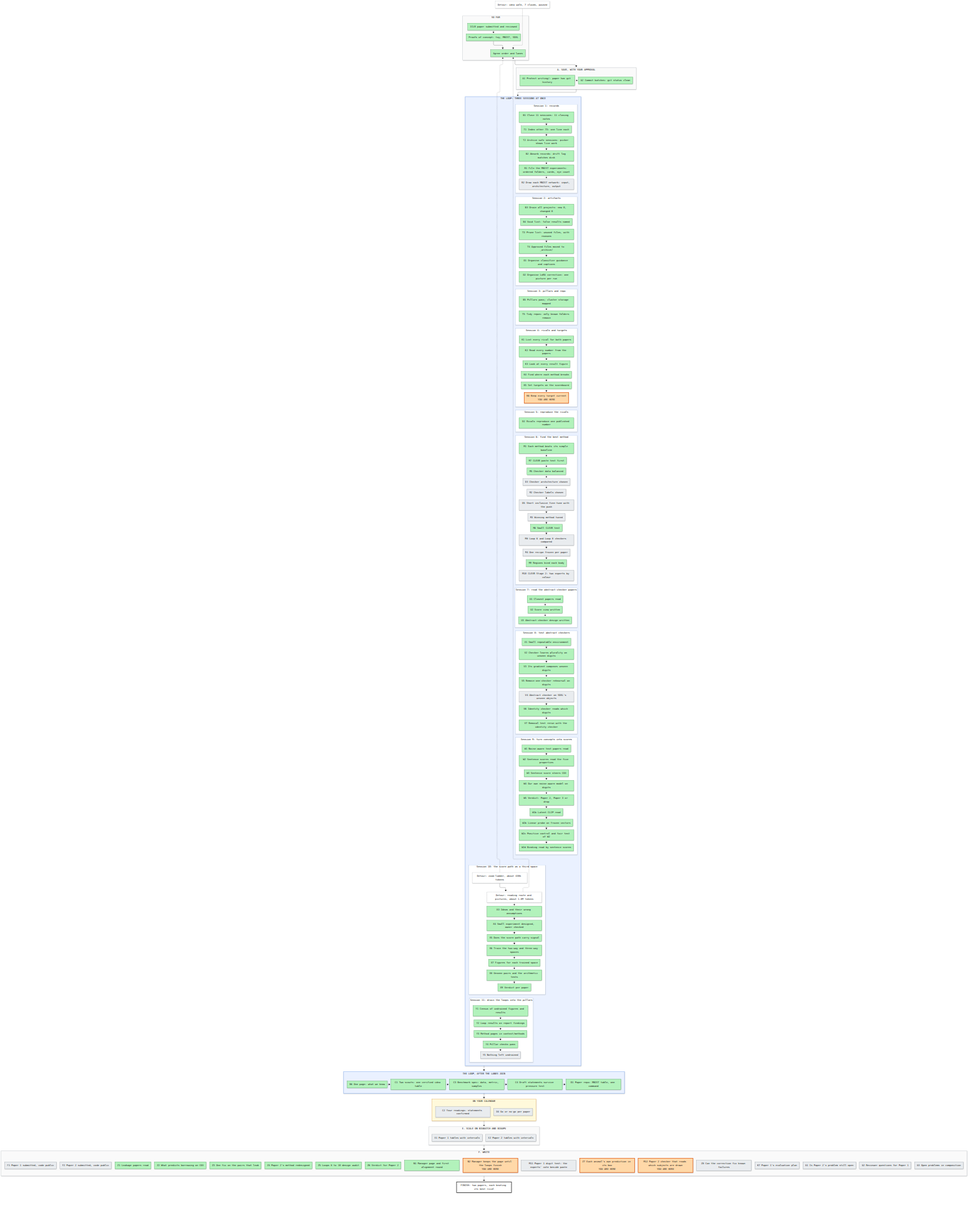
This is artifacts/notes/progress/map.png from mo-rsa24/concept-composition, a Mermaid export, as it was before one commit. Its source is kept beside it as artifacts/notes/progress/map.mmd.
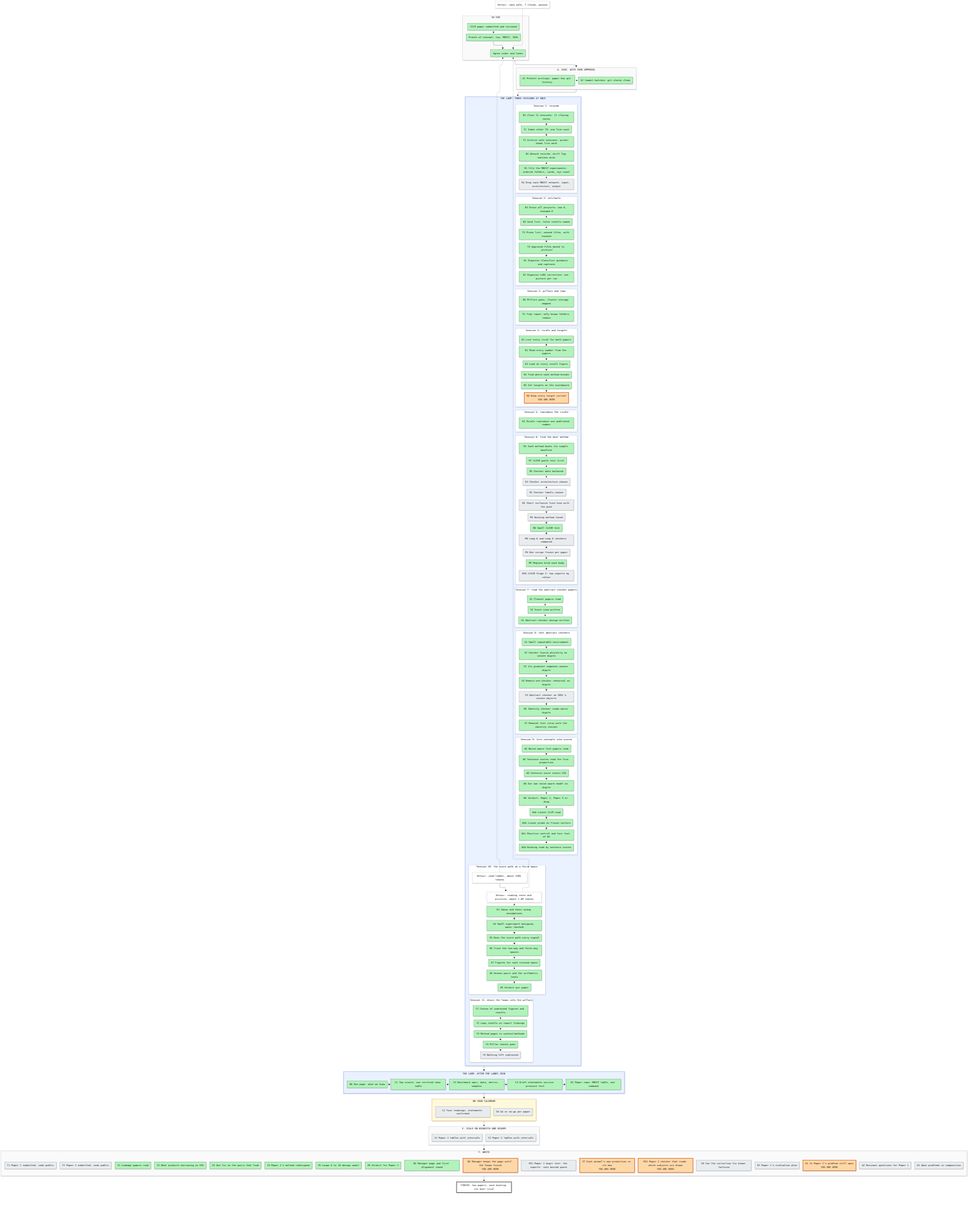
Above is the later version.

Commit message:
Progress map: Loop 14 has started step G1

The edit, as a diff of the source:
```diff
@@ -74,7 +74,7 @@
   end
   subgraph SF["F. WRITE"]
     direction LR
-    F1["F1 Paper 1 submitted, code public"]:::todo ~~~ F2["F2 Paper 2 submitted, code public"]:::todo ~~~ Z1["Z1 Leakage papers read"]:::done ~~~ Z2["Z2 What predicts borrowing on CO3"]:::done ~~~ Z3["Z3 One fix on the pairs that leak"]:::done ~~~ Z4["Z4 Paper 2's method redesigned"]:::done ~~~ Z5["Z5 Loops 8 to 10 design audit"]:::done ~~~ Z6["Z6 Verdict for Paper 2"]:::done ~~~ N1["N1 Manager page and first alignment round"]:::done ~~~ N2["N2 Manager keeps the page until the loops finish<br/>YOU ARE HERE"]:::doing ~~~ M11["M11 Paper 1 digit test: the experts' vote beside paste"]:::todo ~~~ Z7["Z7 Each animal's own prediction in its box<br/>YOU ARE HERE"]:::doing ~~~ M12["M12 Paper 2 checker that reads which subjects are drawn<br/>YOU ARE HERE"]:::doing ~~~ Z8["Z8 Can the correction fix known failures"]:::todo ~~~ K7["K7 Paper 1's evaluation plan"]:::todo ~~~ G1["G1 Is Paper 2's problem still open"]:::todo ~~~ G2["G2 Reviewer questions for Paper 1"]:::todo ~~~ G3["G3 Open problems in composition"]:::todo
+    F1["F1 Paper 1 submitted, code public"]:::todo ~~~ F2["F2 Paper 2 submitted, code public"]:::todo ~~~ Z1["Z1 Leakage papers read"]:::done ~~~ Z2["Z2 What predicts borrowing on CO3"]:::done ~~~ Z3["Z3 One fix on the pairs that leak"]:::done ~~~ Z4["Z4 Paper 2's method redesigned"]:::done ~~~ Z5["Z5 Loops 8 to 10 design audit"]:::done ~~~ Z6["Z6 Verdict for Paper 2"]:::done ~~~ N1["N1 Manager page and first alignment round"]:::done ~~~ N2["N2 Manager keeps the page until the loops finish<br/>YOU ARE HERE"]:::doing ~~~ M11["M11 Paper 1 digit test: the experts' vote beside paste"]:::todo ~~~ Z7["Z7 Each animal's own prediction in its box<br/>YOU ARE HERE"]:::doing ~~~ M12["M12 Paper 2 checker that reads which subjects are drawn<br/>YOU ARE HERE"]:::doing ~~~ Z8["Z8 Can the correction fix known failures"]:::todo ~~~ K7["K7 Paper 1's evaluation plan"]:::todo ~~~ G1["G1 Is Paper 2's problem still open<br/>YOU ARE HERE"]:::doing ~~~ G2["G2 Reviewer questions for Paper 1"]:::todo ~~~ G3["G3 Open problems in composition"]:::todo
   end
   GOAL["FINISH: two papers, each beating its best rival"]:::goal
   X0["Detour: idea walk, 7 claims, paused"]:::detour -.-> P2
```
